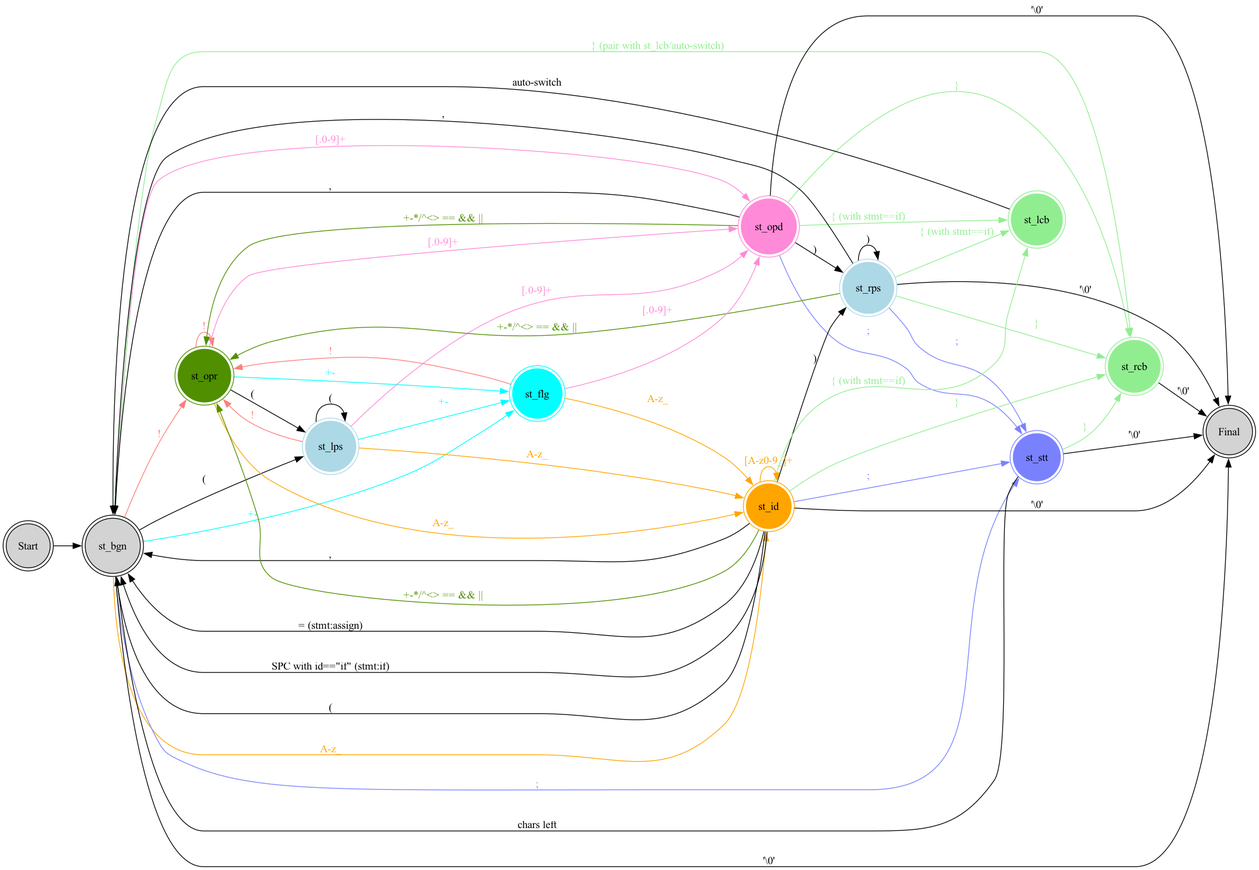
Earlier version of the Graphviz export state_transition.png (jacoolee/calc). Its source is kept beside it as state_transition.dot.
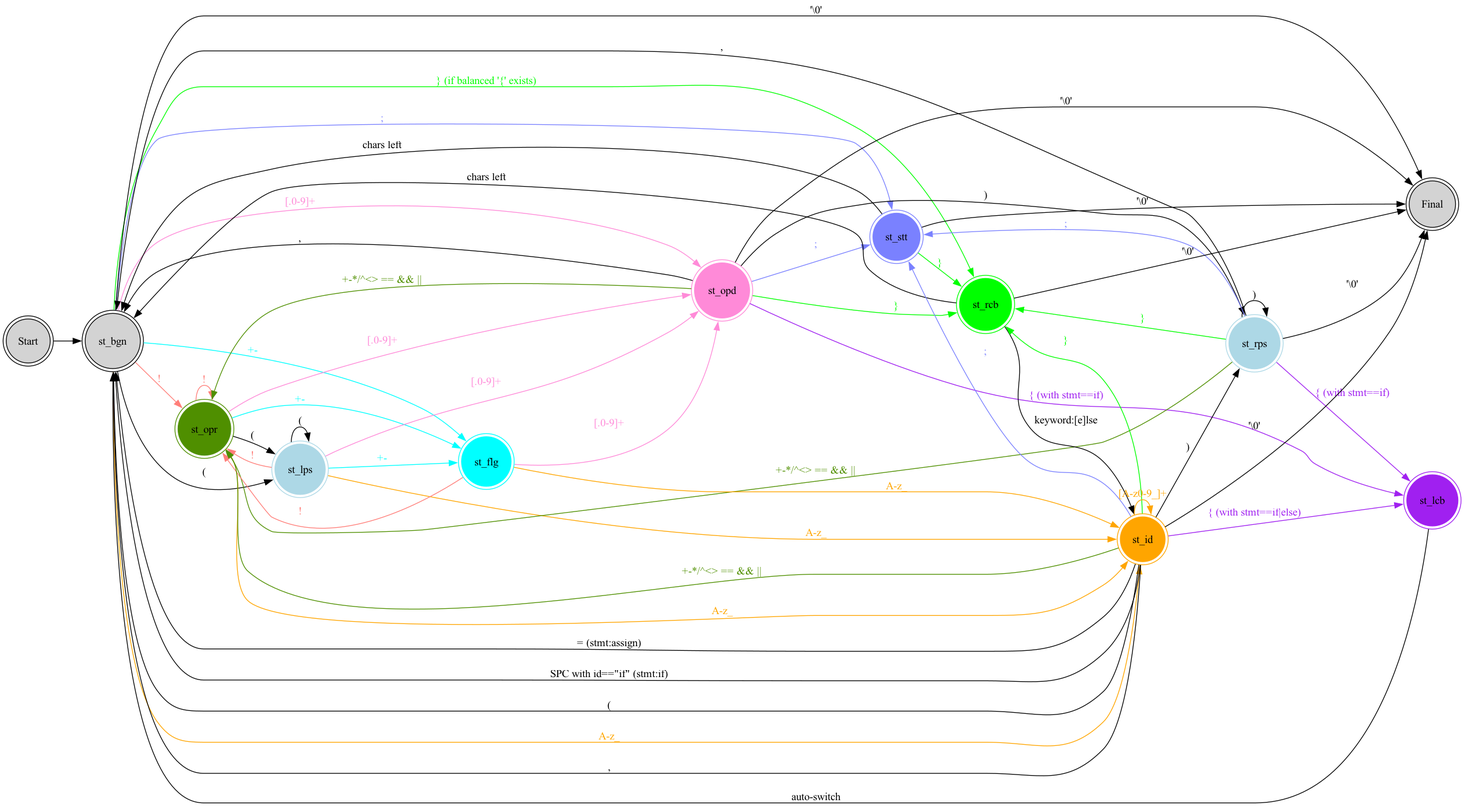
After the change.

Commit message:
store: #else.

The edit, as a diff of the source:
```diff
@@ -7,8 +7,8 @@
         st_opd [shape=circle,peripheries=2,color="#ff8ad8",style=filled,label="st_opd"]
         st_lps [shape=circle,peripheries=2,color="lightblue",style=filled,label="st_lps"]
         st_rps [shape=circle,peripheries=2,color="lightblue",style=filled,label="st_rps"]
-        st_lcb [shape=circle,peripheries=2,color="lightgreen",style=filled,label="st_lcb"]
-        st_rcb [shape=circle,peripheries=2,color="lightgreen",style=filled,label="st_rcb"]
+        st_lcb [shape=circle,peripheries=2,color="purple",style=filled,label="st_lcb"]
+        st_rcb [shape=circle,peripheries=2,color="green",style=filled,label="st_rcb"]
         st_flg [shape=circle,peripheries=2,color="cyan",style=filled,label="st_flg"]
         st_id  [shape=circle,peripheries=2,color="orange",style=filled,label="st_id"]
         st_stt [shape=circle,peripheries=2,color="#7a81ff",style=filled,label="st_stt"] // statement terminal
@@ -21,15 +21,15 @@
         st_bgn -> st_flg[label="+-",color="cyan",fontcolor="cyan"];
         st_bgn -> st_id[label="A-z_", color="orange", fontcolor="orange"];
         st_bgn -> st_opr[label="!",color="#ff7e79",fontcolor="#ff7e79"];
-        st_bgn -> st_rcb[label="} (pair with st_lcb/auto-switch)",color="lightgreen",fontcolor="lightgreen"];
+        st_bgn -> st_rcb[label="} (if balanced '{' exists)",color="green",fontcolor="green"];
         st_bgn -> st_stt[label=";",color="#7a81ff",fontcolor="#7a81ff"];
         st_bgn -> st_fin[label="'\\0'"];
 
         st_opd -> st_opr[label="+-*/^<> == && ||", color="#4f8f00", fontcolor="#4f8f00"];
         st_opd -> st_rps[label=")"];
         st_opd -> st_bgn[label=","];
-        st_opd -> st_lcb[label="{ (with stmt==if)",color="lightgreen",fontcolor="lightgreen"];
-        st_opd -> st_rcb[label="}",color="lightgreen",fontcolor="lightgreen"];
+        st_opd -> st_lcb[label="{ (with stmt==if)",color="purple",fontcolor="purple"];
+        st_opd -> st_rcb[label="}",color="green",fontcolor="green"];
         st_opd -> st_stt[label=";",color="#7a81ff",fontcolor="#7a81ff"];
         st_opd -> st_fin[label="'\\0'"];
 
@@ -48,8 +48,8 @@
         st_rps -> st_opr[label="+-*/^<> == && ||", color="#4f8f00", fontcolor="#4f8f00"];
         st_rps -> st_rps[label=")"];
         st_rps -> st_bgn[label=","];
-        st_rps -> st_lcb[label="{ (with stmt==if)",color="lightgreen",fontcolor="lightgreen"];
-        st_rps -> st_rcb[label="}",color="lightgreen",fontcolor="lightgreen"];
+        st_rps -> st_lcb[label="{ (with stmt==if)",color="purple",fontcolor="purple"];
+        st_rps -> st_rcb[label="}",color="green",fontcolor="green"];
         st_rps -> st_stt[label=";",color="#7a81ff",fontcolor="#7a81ff"];
         st_rps -> st_fin[label="'\\0'"];
 
@@ -64,17 +64,19 @@
         st_id -> st_bgn[label=","];
         st_id -> st_bgn[label="= (stmt:assign)"];
         st_id -> st_bgn[label="SPC with id==\"if\" (stmt:if)"];
-        st_id -> st_lcb[label="{ (with stmt==if)",color="lightgreen",fontcolor="lightgreen"];
-        st_id -> st_rcb[label="}",color="lightgreen",fontcolor="lightgreen"];
+        st_id -> st_lcb[label="{ (with stmt==if|else)",color="purple",fontcolor="purple"];
+        st_id -> st_rcb[label="}",color="green",fontcolor="green"];
         st_id -> st_stt[label=";",color="#7a81ff",fontcolor="#7a81ff"];
         st_id -> st_fin[label="'\\0'"];
 
         st_lcb -> st_bgn[label="auto-switch"];
 
+        st_rcb -> st_id[label="keyword:[e]lse"];
+        st_rcb -> st_bgn[label="chars left"];
         st_rcb -> st_fin[label="'\\0'"];
 
         st_stt -> st_bgn[label="chars left"];
-        st_stt -> st_rcb[label="}",color="lightgreen",fontcolor="lightgreen"];
+        st_stt -> st_rcb[label="}",color="green",fontcolor="green"];
         st_stt -> st_fin[label="'\\0'"];
     }
 }
```
